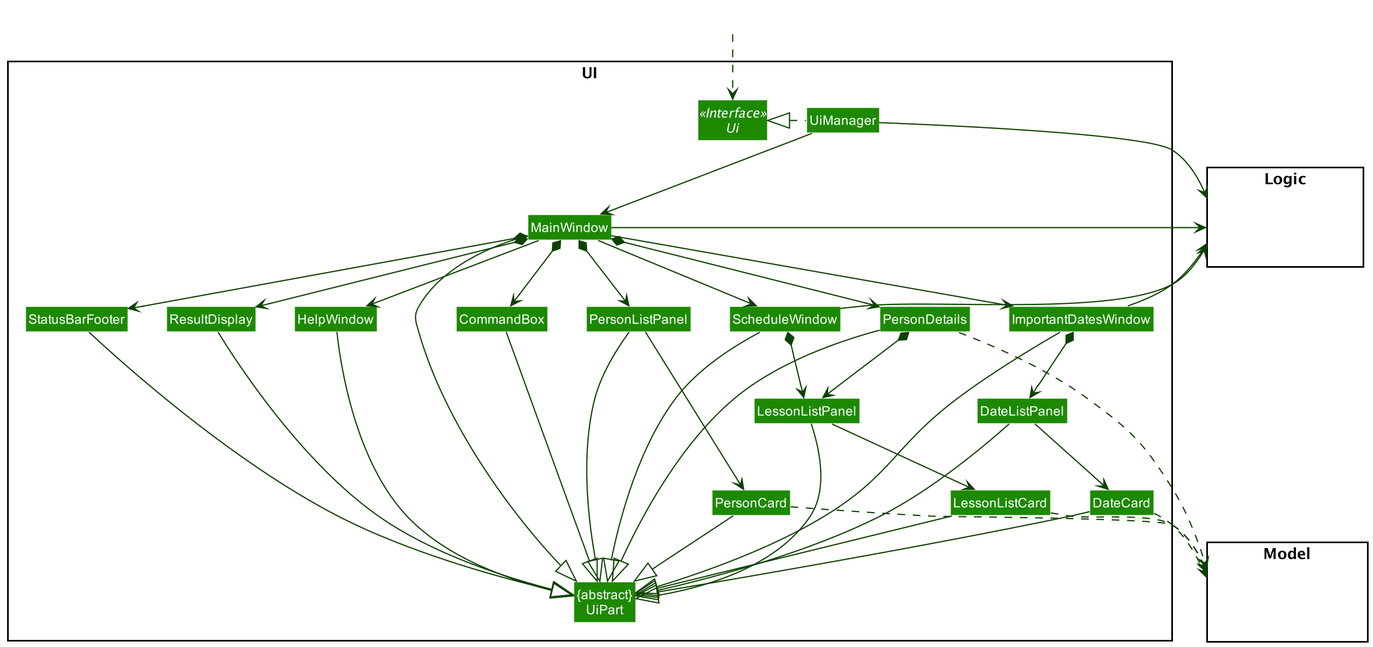
nus-cs2103-AY2021S2/tp keeps this PlantUML diagram as docs/images/UiClassDiagram.png. Above is the earlier version.
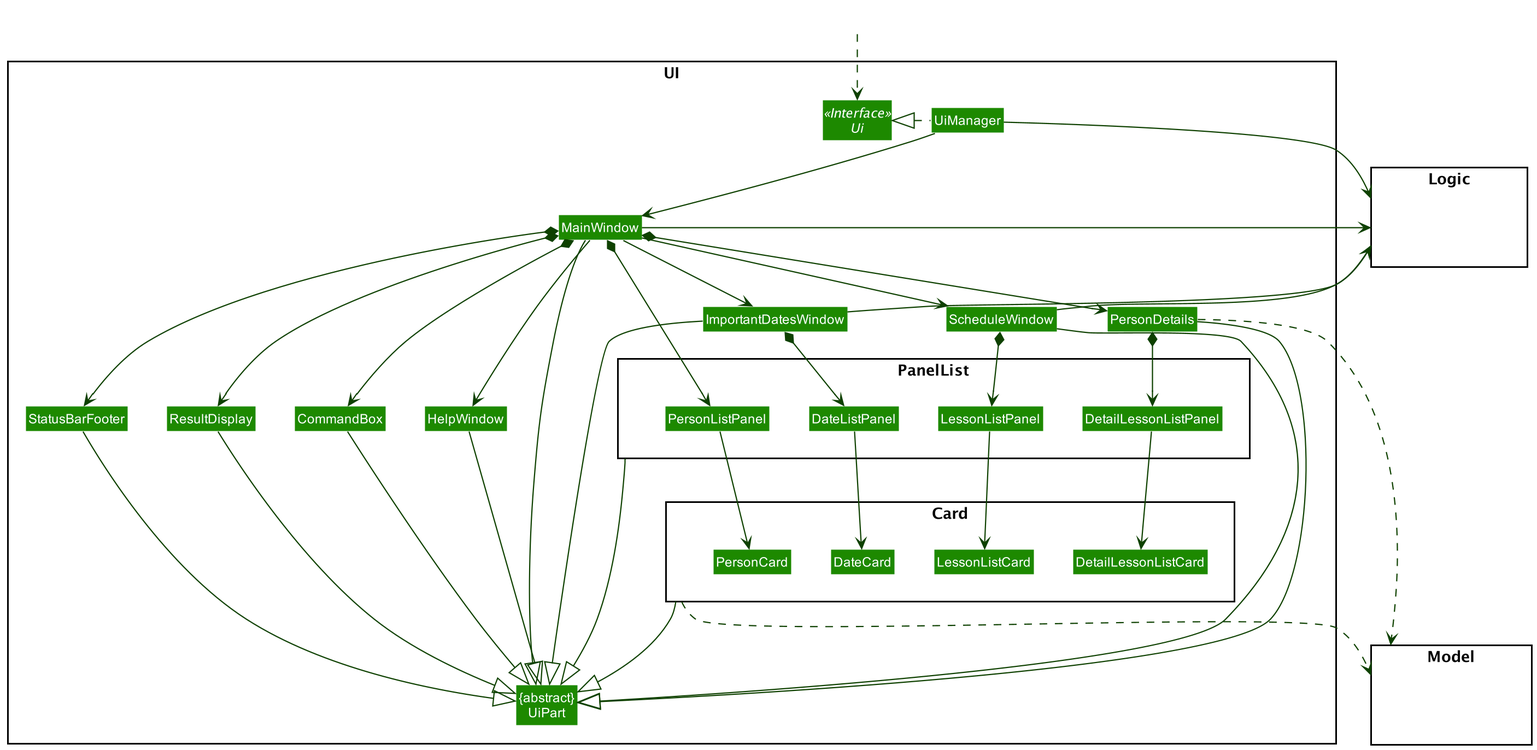
After the commit.

What changed in the source:
```diff
@@ -11,22 +11,31 @@
 Class MainWindow
 Class HelpWindow
 Class ResultDisplay
-Class PersonListPanel
-Class PersonCard
 Class PersonDetails
 Class StatusBarFooter
 Class CommandBox
 Class ImportantDatesWindow
-Class DateCard
+Class ScheduleWindow
+
+package PanelList <<Rectangle>> {
 Class DateListPanel
-Class LessonListCard
+Class DetailLessonListPanel
 Class LessonListPanel
-Class ScheduleWindow
+Class PersonListPanel
+}
+
+package Card <<Rectangle>> {
+class DateCard
+class DetailLessonListCard
+class LessonListCard
+Class PersonCard
+}
 }
 
 package Model <<Rectangle>> {
 Class HiddenModel #FFFFFF
 }
+
 
 package Logic <<Rectangle>> {
 Class HiddenLogic #FFFFFF
@@ -46,34 +55,29 @@
 MainWindow --> ImportantDatesWindow
 MainWindow --> ScheduleWindow
 ImportantDatesWindow *-down-> DateListPanel
-PersonDetails *-down-> LessonListPanel
+PersonDetails *-down-> DetailLessonListPanel
 ScheduleWindow *-down-> LessonListPanel
 
 PersonListPanel -down-> PersonCard
-DateListPanel -down->DateCard
+DateListPanel -down-> DateCard
+DetailLessonListPanel -down-> DetailLessonListCard
 LessonListPanel -down-> LessonListCard
 
 MainWindow -down-|> UiPart
 
 ResultDisplay --|> UiPart
 CommandBox --|> UiPart
-PersonListPanel --|> UiPart
-PersonCard --|> UiPart
 PersonDetails --|> UiPart
 StatusBarFooter --|> UiPart
 HelpWindow -down-|> UiPart
 ImportantDatesWindow -down-|> UiPart
 ScheduleWindow -down-|> UiPart
-DateListPanel --|> UiPart
-DateCard --|> UiPart
-LessonListPanel --|> UiPart
-LessonListCard --|> UiPart
+PanelList --|> UiPart
+Card --|> UiPart
 
 
-PersonCard ..> Model
+Card ..> Model
 PersonDetails ..> Model
-DateCard ..> Model
-LessonListCard ..> Model
 UiManager -right-> Logic
 MainWindow -right-> Logic
 ImportantDatesWindow -right-> Logic
```
